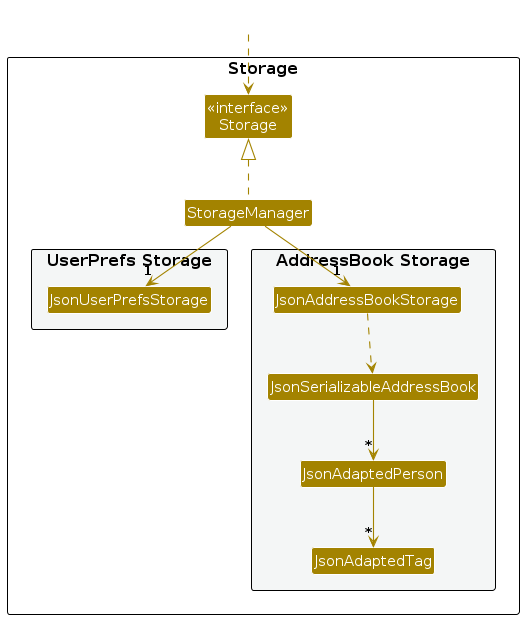
Before: diagrams/StorageClassDiagram.png, a diagram exported from PlantUML (AY2627S1-CS2103T-T15-4/tp). Its source is kept beside it as diagrams/StorageClassDiagram.puml.
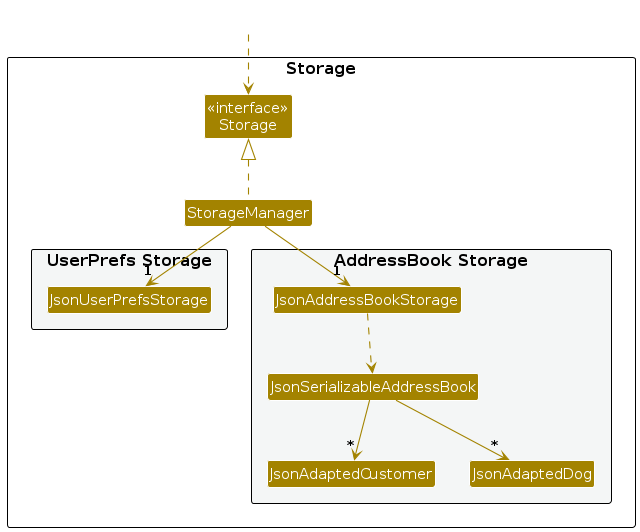
After the change.

The edit, as a diff of the source:
```diff
@@ -16,8 +16,8 @@
 package "AddressBook Storage" #F4F6F6{
 Class JsonAddressBookStorage
 Class JsonSerializableAddressBook
-Class JsonAdaptedPerson
-Class JsonAdaptedTag
+Class JsonAdaptedCustomer
+Class JsonAdaptedDog
 }
 
 }
@@ -30,7 +30,7 @@
 StorageManager -down-> "1" JsonAddressBookStorage
 
 JsonAddressBookStorage ..> JsonSerializableAddressBook
-JsonSerializableAddressBook --> "*" JsonAdaptedPerson
-JsonAdaptedPerson --> "*" JsonAdaptedTag
+JsonSerializableAddressBook --> "*" JsonAdaptedCustomer
+JsonSerializableAddressBook --> "*" JsonAdaptedDog
 
 @enduml
```
